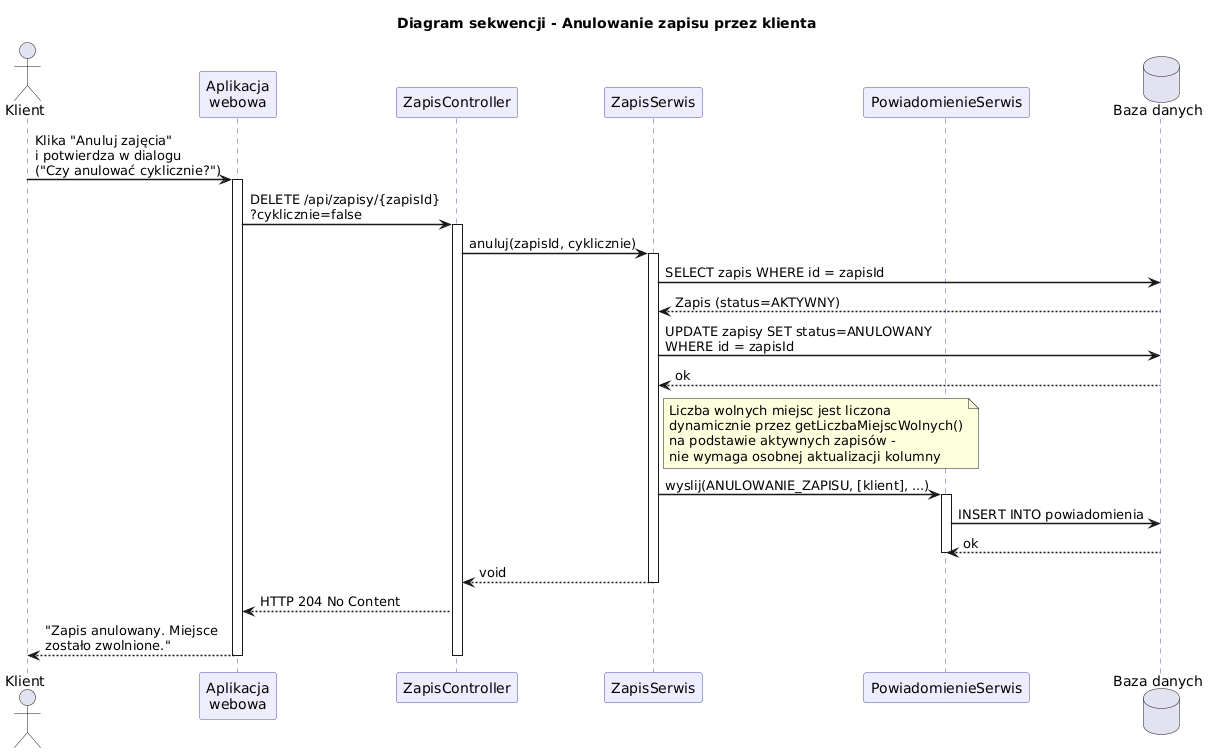
The PlantUML diagram DiagramySekwencji/anulowanieZapisuSekwencja.png in lukaszdeja/Delfinek, before a commit. Its diagram source:
```plantuml
@startuml
title Diagram sekwencji - Anulowanie zapisu przez klienta

skinparam sequenceArrowThickness 1.5
skinparam participantBorderColor #534AB7
skinparam participantBackgroundColor #EEEDFE
skinparam sequenceLifeLineBorderColor #534AB7

actor Klient as K
participant "Aplikacja\nwebowa" as UI
participant "ZapisController" as CTRL
participant "ZapisSerwis" as ZS
participant "PowiadomienieSerwis" as PS
database "Baza danych" as DB

K -> UI : Klika "Anuluj zajęcia"\ni potwierdza w dialogu\n("Czy anulować cyklicznie?")
activate UI

UI -> CTRL : DELETE /api/zapisy/{zapisId}\n?cyklicznie=false
activate CTRL

CTRL -> ZS : anuluj(zapisId, cyklicznie)
activate ZS

ZS -> DB : SELECT zapis WHERE id = zapisId
DB --> ZS : Zapis (status=AKTYWNY)

ZS -> DB : UPDATE zapisy SET status=ANULOWANY\nWHERE id = zapisId
DB --> ZS : ok

note right of ZS : Liczba wolnych miejsc jest liczona\ndynamicznie przez getLiczbaMiejscWolnych()\nna podstawie aktywnych zapisów -\nnie wymaga osobnej aktualizacji kolumny

ZS -> PS : wyslij(ANULOWANIE_ZAPISU, [klient], ...)
activate PS
PS -> DB : INSERT INTO powiadomienia
DB --> PS : ok
deactivate PS

ZS --> CTRL : void
deactivate ZS

CTRL --> UI : HTTP 204 No Content
UI --> K : "Zapis anulowany. Miejsce\nzostało zwolnione."
deactivate CTRL
deactivate UI
@enduml
```
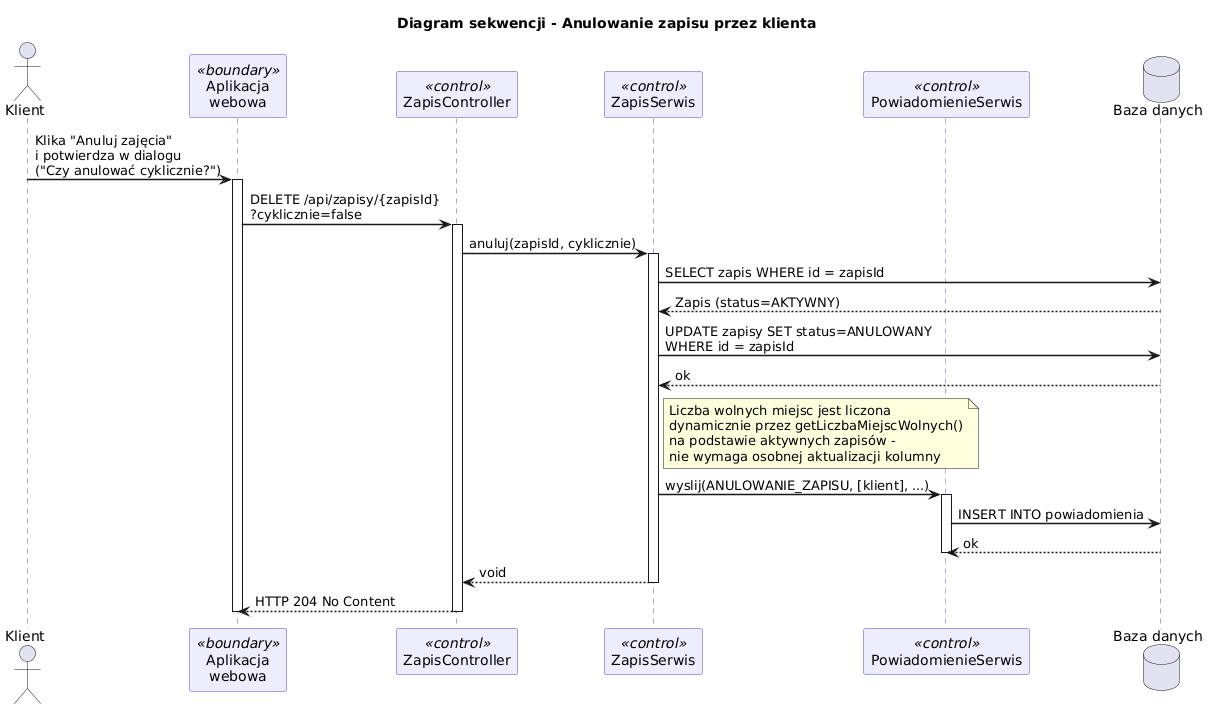
After the commit.

What changed in the source:
```diff
@@ -7,10 +7,10 @@
 skinparam sequenceLifeLineBorderColor #534AB7
 
 actor Klient as K
-participant "Aplikacja\nwebowa" as UI
-participant "ZapisController" as CTRL
-participant "ZapisSerwis" as ZS
-participant "PowiadomienieSerwis" as PS
+participant "Aplikacja\nwebowa" as UI <<boundary>>
+participant "ZapisController" as CTRL <<control>>
+participant "ZapisSerwis" as ZS <<control>>
+participant "PowiadomienieSerwis" as PS <<control>>
 database "Baza danych" as DB
 
 K -> UI : Klika "Anuluj zajęcia"\ni potwierdza w dialogu\n("Czy anulować cyklicznie?")
@@ -40,7 +40,6 @@
 deactivate ZS
 
 CTRL --> UI : HTTP 204 No Content
-UI --> K : "Zapis anulowany. Miejsce\nzostało zwolnione."
 deactivate CTRL
 deactivate UI
 @enduml
```
